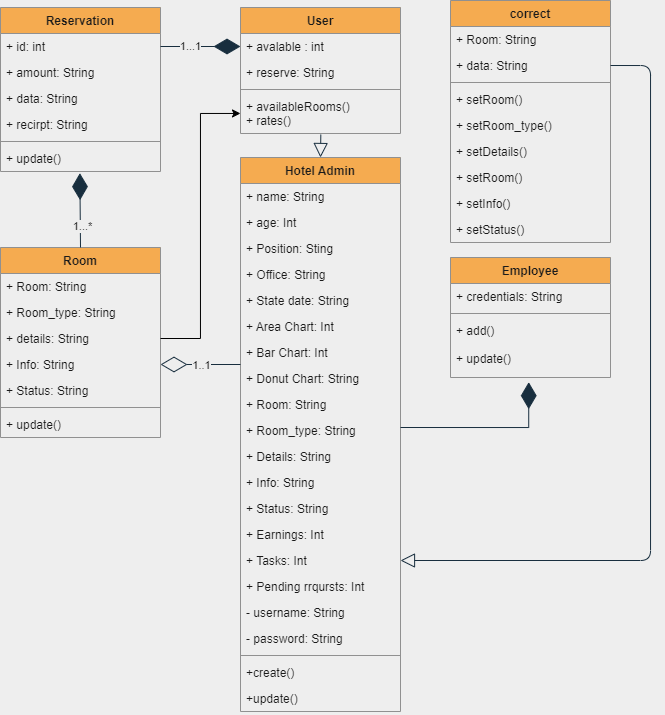
Before: Hotel Management System.drawio.png, a diagram exported from draw.io (Mangkhalet/Java-Hotel-Management). Source tidied: cells renumbered, new cells last; positions are measured from the earlier drawing's top-left corner, leaving out a move shared by most shapes.
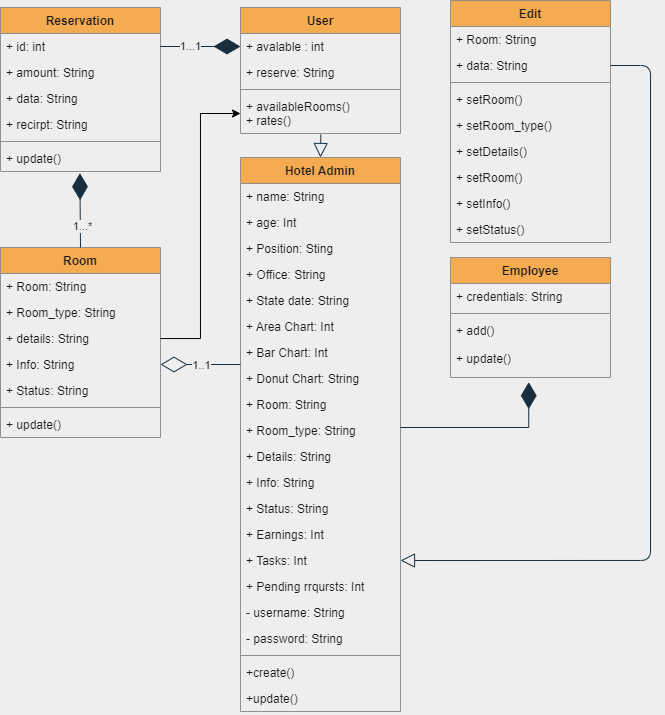
Above is the later version.

What changed in the source:
```diff
@@ -80,7 +80,7 @@
     <mxCell id="27" value="+ add()&#10;&#10;+ update()" style="text;align=left;verticalAlign=top;spacingLeft=4;spacingRight=4;overflow=hidden;points=[[0,0.5],[1,0.5]];portConstraint=eastwest;fontColor=#1A1A1A;" parent="24" vertex="1">
       <mxGeometry y="60" width="160" height="60" as="geometry" />
     </mxCell>
-    <mxCell id="28" value="correct" style="swimlane;fontStyle=1;align=center;verticalAlign=top;horizontal=1;startSize=26;rounded=0;shadow=0;strokeWidth=1;fillColor=#F5AB50;strokeColor=#909090;fontColor=#1A1A1A;" parent="1" vertex="1">
+    <mxCell id="28" value="Edit" style="swimlane;fontStyle=1;align=center;verticalAlign=top;horizontal=1;startSize=26;rounded=0;shadow=0;strokeWidth=1;fillColor=#F5AB50;strokeColor=#909090;fontColor=#1A1A1A;" parent="1" vertex="1">
       <mxGeometry x="450" width="160" height="242" as="geometry" />
     </mxCell>
     <mxCell id="29" value="+ Room: String" style="text;align=left;verticalAlign=top;spacingLeft=4;spacingRight=4;overflow=hidden;rounded=0;shadow=0;html=0;fontColor=#1A1A1A;" parent="28" vertex="1">
```
